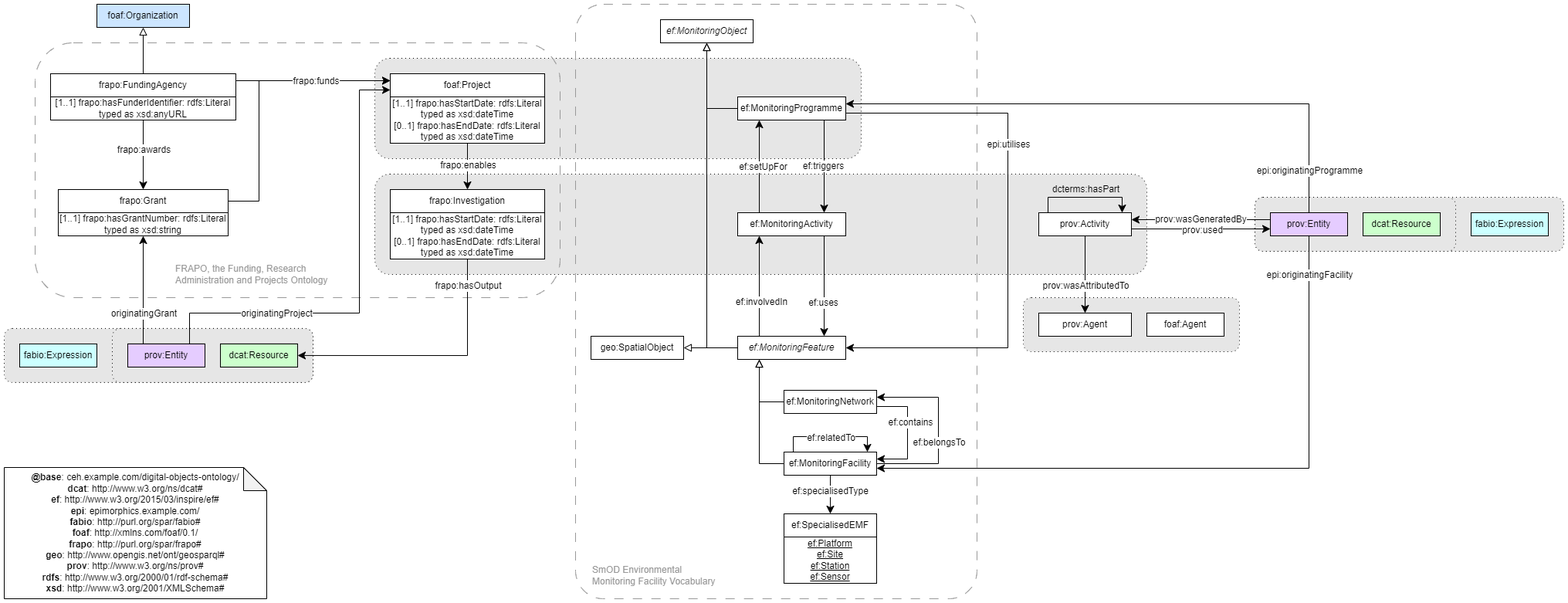
Earlier version of the draw.io export ontology/digital_objects_ontology.png (NERC-CEH/digital-objects-ontology). Source tidied: cells renumbered, new cells last; positions are measured from the earlier drawing's top-left corner, leaving out a move shared by most shapes.
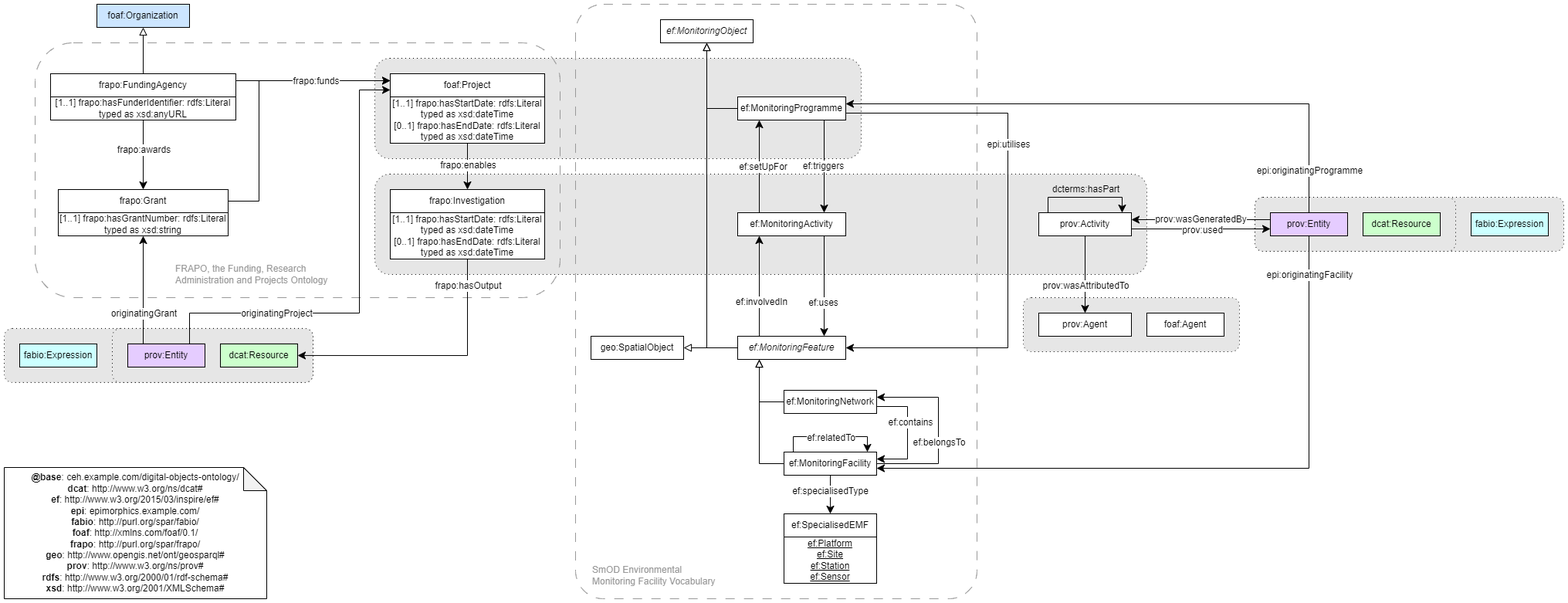
After the change.

Diff of the diagram source:
```diff
@@ -343,7 +343,7 @@
     <mxCell id="84" value="prov:Entity" style="rounded=0;whiteSpace=wrap;html=1;snapToPoint=1;points=[[0.1,0],[0.2,0],[0.3,0],[0.4,0],[0.5,0],[0.6,0],[0.7,0],[0.8,0],[0.9,0],[0,0.1],[0,0.3],[0,0.5],[0,0.7],[0,0.9],[0.1,1],[0.2,1],[0.3,1],[0.4,1],[0.5,1],[0.6,1],[0.7,1],[0.8,1],[0.9,1],[1,0.1],[1,0.3],[1,0.5],[1,0.7],[1,0.9]];fillColor=#E5CCFF;" parent="1" vertex="1">
       <mxGeometry x="1640" y="270" width="100" height="30" as="geometry" />
     </mxCell>
-    <mxCell id="85" value="&lt;div&gt;&lt;b&gt;@base&lt;/b&gt;: ceh.example.com/digital-objects-ontology/&lt;/div&gt;&lt;div&gt;&lt;b&gt;dcat&lt;/b&gt;:&amp;nbsp;http://www.w3.org/ns/dcat#&lt;br&gt;&lt;/div&gt;&lt;div&gt;&lt;b style=&quot;background-color: transparent; color: light-dark(rgb(0, 0, 0), rgb(255, 255, 255));&quot;&gt;ef&lt;/b&gt;&lt;span style=&quot;background-color: transparent; color: light-dark(rgb(0, 0, 0), rgb(255, 255, 255));&quot;&gt;:&amp;nbsp;http://www.w3.org/2015/03/inspire/ef#&lt;/span&gt;&lt;br&gt;&lt;/div&gt;&lt;div&gt;&lt;b&gt;epi&lt;/b&gt;: epimorphics.example.com/&lt;/div&gt;&lt;div&gt;&lt;b&gt;fabio&lt;/b&gt;:&amp;nbsp;&lt;span style=&quot;background-color: transparent;&quot;&gt;http://purl.org/spar/fabio#&lt;/span&gt;&lt;/div&gt;&lt;div&gt;&lt;span style=&quot;background-color: transparent;&quot;&gt;&lt;b&gt;foaf&lt;/b&gt;:&amp;nbsp;&lt;/span&gt;&lt;span style=&quot;background-color: transparent;&quot;&gt;http://xmlns.com/foaf/0.1/&lt;/span&gt;&lt;/div&gt;&lt;div&gt;&lt;span style=&quot;background-color: transparent;&quot;&gt;&lt;b&gt;frapo&lt;/b&gt;:&amp;nbsp;&lt;/span&gt;&lt;span style=&quot;background-color: transparent; color: light-dark(rgb(0, 0, 0), rgb(255, 255, 255));&quot;&gt;http://purl.org/spar/frapo#&lt;/span&gt;&lt;/div&gt;&lt;div&gt;&lt;span style=&quot;background-color: transparent;&quot;&gt;&lt;b&gt;geo&lt;/b&gt;:&amp;nbsp;&lt;/span&gt;&lt;span style=&quot;background-color: transparent;&quot;&gt;http://www.opengis.net/ont/geosparql#&lt;/span&gt;&lt;/div&gt;&lt;div&gt;&lt;b style=&quot;background-color: transparent; color: light-dark(rgb(0, 0, 0), rgb(255, 255, 255));&quot;&gt;prov&lt;/b&gt;&lt;span style=&quot;background-color: transparent; color: light-dark(rgb(0, 0, 0), rgb(255, 255, 255));&quot;&gt;:&lt;/span&gt;&lt;span style=&quot;background-color: transparent; color: light-dark(rgb(0, 0, 0), rgb(255, 255, 255));&quot;&gt;&amp;nbsp;http://www.w3.org/ns/prov#&lt;/span&gt;&lt;br&gt;&lt;/div&gt;&lt;div&gt;&lt;span style=&quot;background-color: transparent; color: light-dark(rgb(0, 0, 0), rgb(255, 255, 255));&quot;&gt;&lt;b&gt;rdfs&lt;/b&gt;:&amp;nbsp;&lt;/span&gt;&lt;span style=&quot;background-color: transparent;&quot;&gt;http://www.w3.org/2000/01/rdf-schema#&lt;/span&gt;&lt;/div&gt;&lt;div&gt;&lt;span style=&quot;background-color: transparent; color: light-dark(rgb(0, 0, 0), rgb(255, 255, 255));&quot;&gt;&lt;b&gt;xsd&lt;/b&gt;:&amp;nbsp;&lt;/span&gt;&lt;span style=&quot;background-color: transparent;&quot;&gt;http://www.w3.org/2001/XMLSchema#&lt;/span&gt;&lt;/div&gt;" style="shape=note;whiteSpace=wrap;html=1;backgroundOutline=1;darkOpacity=0.05;" parent="1" vertex="1">
+    <mxCell id="85" value="&lt;div&gt;&lt;b&gt;@base&lt;/b&gt;: ceh.example.com/digital-objects-ontology/&lt;/div&gt;&lt;div&gt;&lt;b&gt;dcat&lt;/b&gt;:&amp;nbsp;http://www.w3.org/ns/dcat#&lt;br&gt;&lt;/div&gt;&lt;div&gt;&lt;b style=&quot;background-color: transparent; color: light-dark(rgb(0, 0, 0), rgb(255, 255, 255));&quot;&gt;ef&lt;/b&gt;&lt;span style=&quot;background-color: transparent; color: light-dark(rgb(0, 0, 0), rgb(255, 255, 255));&quot;&gt;:&amp;nbsp;http://www.w3.org/2015/03/inspire/ef#&lt;/span&gt;&lt;br&gt;&lt;/div&gt;&lt;div&gt;&lt;b&gt;epi&lt;/b&gt;: epimorphics.example.com/&lt;/div&gt;&lt;div&gt;&lt;b&gt;fabio&lt;/b&gt;:&amp;nbsp;&lt;span style=&quot;background-color: transparent;&quot;&gt;http://purl.org/spar/fabio/&lt;/span&gt;&lt;/div&gt;&lt;div&gt;&lt;span style=&quot;background-color: transparent;&quot;&gt;&lt;b&gt;foaf&lt;/b&gt;:&amp;nbsp;&lt;/span&gt;&lt;span style=&quot;background-color: transparent;&quot;&gt;http://xmlns.com/foaf/0.1/&lt;/span&gt;&lt;/div&gt;&lt;div&gt;&lt;span style=&quot;background-color: transparent;&quot;&gt;&lt;b&gt;frapo&lt;/b&gt;:&amp;nbsp;&lt;/span&gt;&lt;span style=&quot;background-color: transparent; color: light-dark(rgb(0, 0, 0), rgb(255, 255, 255));&quot;&gt;http://purl.org/spar/frapo/&lt;/span&gt;&lt;/div&gt;&lt;div&gt;&lt;span style=&quot;background-color: transparent;&quot;&gt;&lt;b&gt;geo&lt;/b&gt;:&amp;nbsp;&lt;/span&gt;&lt;span style=&quot;background-color: transparent;&quot;&gt;http://www.opengis.net/ont/geosparql#&lt;/span&gt;&lt;/div&gt;&lt;div&gt;&lt;b style=&quot;background-color: transparent; color: light-dark(rgb(0, 0, 0), rgb(255, 255, 255));&quot;&gt;prov&lt;/b&gt;&lt;span style=&quot;background-color: transparent; color: light-dark(rgb(0, 0, 0), rgb(255, 255, 255));&quot;&gt;:&lt;/span&gt;&lt;span style=&quot;background-color: transparent; color: light-dark(rgb(0, 0, 0), rgb(255, 255, 255));&quot;&gt;&amp;nbsp;http://www.w3.org/ns/prov#&lt;/span&gt;&lt;br&gt;&lt;/div&gt;&lt;div&gt;&lt;span style=&quot;background-color: transparent; color: light-dark(rgb(0, 0, 0), rgb(255, 255, 255));&quot;&gt;&lt;b&gt;rdfs&lt;/b&gt;:&amp;nbsp;&lt;/span&gt;&lt;span style=&quot;background-color: transparent;&quot;&gt;http://www.w3.org/2000/01/rdf-schema#&lt;/span&gt;&lt;/div&gt;&lt;div&gt;&lt;span style=&quot;background-color: transparent; color: light-dark(rgb(0, 0, 0), rgb(255, 255, 255));&quot;&gt;&lt;b&gt;xsd&lt;/b&gt;:&amp;nbsp;&lt;/span&gt;&lt;span style=&quot;background-color: transparent;&quot;&gt;http://www.w3.org/2001/XMLSchema#&lt;/span&gt;&lt;/div&gt;" style="shape=note;whiteSpace=wrap;html=1;backgroundOutline=1;darkOpacity=0.05;" parent="1" vertex="1">
       <mxGeometry y="600" width="340" height="170" as="geometry" />
     </mxCell>
     <mxCell id="86" style="endArrow=classic;html=1;exitX=0.2;exitY=0;exitDx=0;exitDy=0;entryX=0.5;entryY=1;entryDx=0;entryDy=0;endSize=8;arcSize=0;rounded=0;" parent="1" edge="1" source="78" target="81">
```
